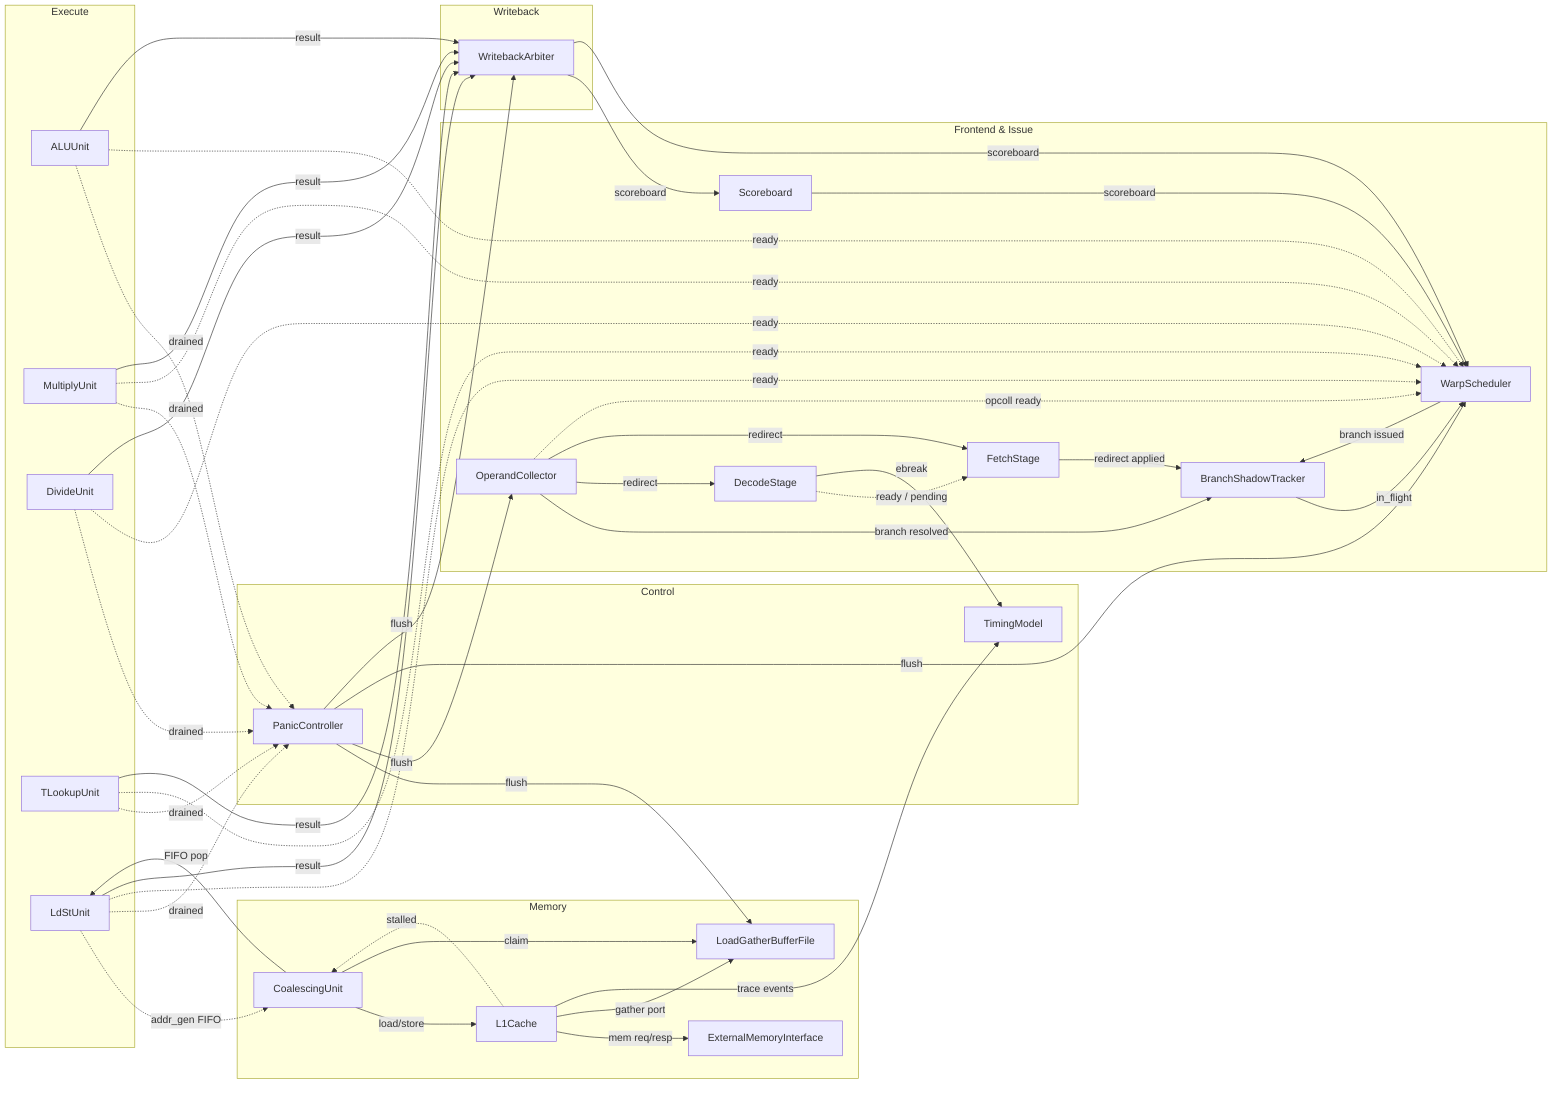
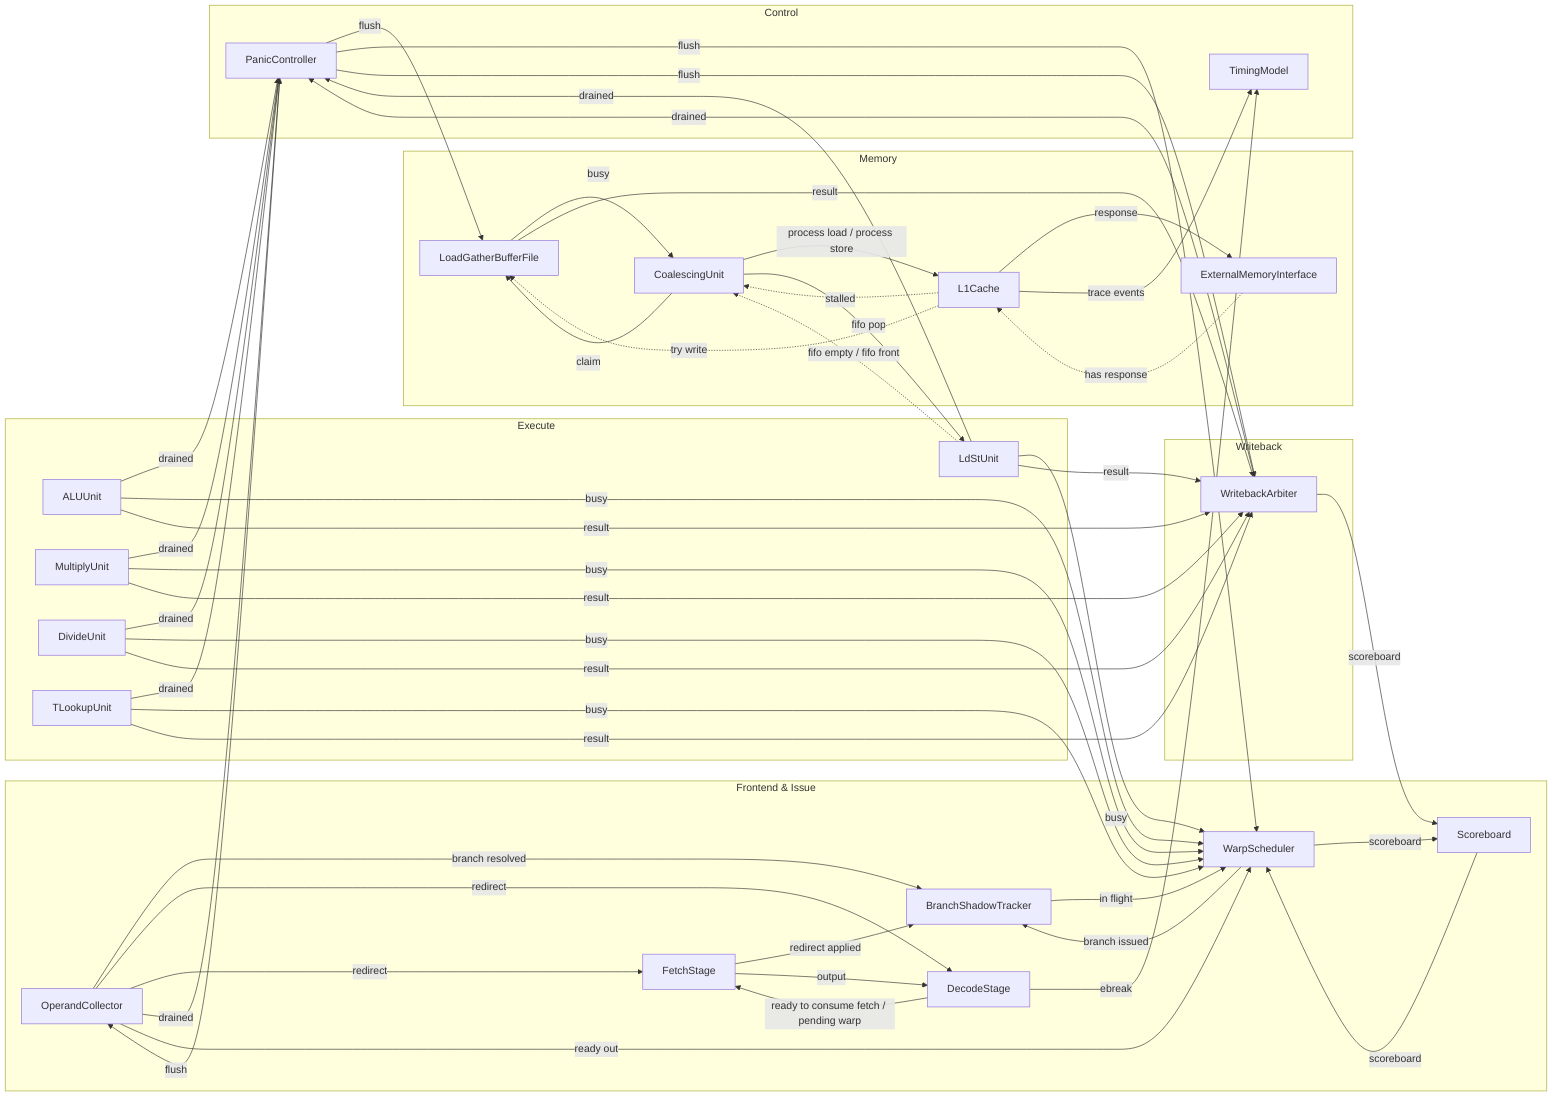
flowchart LR
  subgraph Frontend_and_Issue["Frontend & Issue"]
    FetchStage
    DecodeStage
    WarpScheduler
    Scoreboard
    BranchShadowTracker
    OperandCollector
  end
  subgraph Execute["Execute"]
    ALUUnit
    MultiplyUnit
    DivideUnit
    TLookupUnit
    LdStUnit
  end
  subgraph Memory["Memory"]
    CoalescingUnit
    LoadGatherBufferFile
    L1Cache
    ExternalMemoryInterface
  end
  subgraph Writeback["Writeback"]
    WritebackArbiter
  end
  subgraph Control["Control"]
    PanicController
    TimingModel
  end
-   ALUUnit -. drained .-> PanicController
-   ALUUnit -. ready .-> WarpScheduler
+   ALUUnit -->|drained| PanicController
+   ALUUnit -->|busy| WarpScheduler
  ALUUnit -->|result| WritebackArbiter
-   BranchShadowTracker -->|in_flight| WarpScheduler
-   CoalescingUnit -->|load/store| L1Cache
-   CoalescingUnit -->|FIFO pop| LdStUnit
+   BranchShadowTracker -->|in flight| WarpScheduler
+   CoalescingUnit -->|process load / process store| L1Cache
+   CoalescingUnit -->|fifo pop| LdStUnit
  CoalescingUnit -->|claim| LoadGatherBufferFile
-   DecodeStage -. ready / pending .-> FetchStage
+   DecodeStage -->|ready to consume fetch / pending warp| FetchStage
  DecodeStage -->|ebreak| TimingModel
-   DivideUnit -. drained .-> PanicController
-   DivideUnit -. ready .-> WarpScheduler
+   DivideUnit -->|drained| PanicController
+   DivideUnit -->|busy| WarpScheduler
  DivideUnit -->|result| WritebackArbiter
+   ExternalMemoryInterface -.->|has response| L1Cache
  FetchStage -->|redirect applied| BranchShadowTracker
+   FetchStage -->|output| DecodeStage
  L1Cache -.->|stalled| CoalescingUnit
-   L1Cache -->|mem req/resp| ExternalMemoryInterface
-   L1Cache -->|gather port| LoadGatherBufferFile
+   L1Cache -->|response| ExternalMemoryInterface
+   L1Cache -.->|try write| LoadGatherBufferFile
  L1Cache -->|trace events| TimingModel
-   LdStUnit -.->|addr_gen FIFO| CoalescingUnit
-   LdStUnit -. drained .-> PanicController
-   LdStUnit -. ready .-> WarpScheduler
+   LdStUnit -.->|fifo empty / fifo front| CoalescingUnit
+   LdStUnit -->|drained| PanicController
+   LdStUnit -->|busy| WarpScheduler
  LdStUnit -->|result| WritebackArbiter
-   MultiplyUnit -. drained .-> PanicController
-   MultiplyUnit -. ready .-> WarpScheduler
+   LoadGatherBufferFile -->|busy| CoalescingUnit
+   LoadGatherBufferFile -->|result| WritebackArbiter
+   MultiplyUnit -->|drained| PanicController
+   MultiplyUnit -->|busy| WarpScheduler
  MultiplyUnit -->|result| WritebackArbiter
  OperandCollector -->|branch resolved| BranchShadowTracker
  OperandCollector -->|redirect| DecodeStage
  OperandCollector -->|redirect| FetchStage
-   OperandCollector -. opcoll ready .-> WarpScheduler
+   OperandCollector -->|drained| PanicController
+   OperandCollector -->|ready out| WarpScheduler
  PanicController -->|flush| LoadGatherBufferFile
  PanicController -->|flush| OperandCollector
  PanicController -->|flush| WarpScheduler
  PanicController -->|flush| WritebackArbiter
  Scoreboard -->|scoreboard| WarpScheduler
-   TLookupUnit -. drained .-> PanicController
-   TLookupUnit -. ready .-> WarpScheduler
+   TLookupUnit -->|drained| PanicController
+   TLookupUnit -->|busy| WarpScheduler
  TLookupUnit -->|result| WritebackArbiter
  WarpScheduler -->|branch issued| BranchShadowTracker
+   WarpScheduler -->|scoreboard| Scoreboard
+   WritebackArbiter -->|drained| PanicController
  WritebackArbiter -->|scoreboard| Scoreboard
-   WritebackArbiter -->|scoreboard| WarpScheduler
